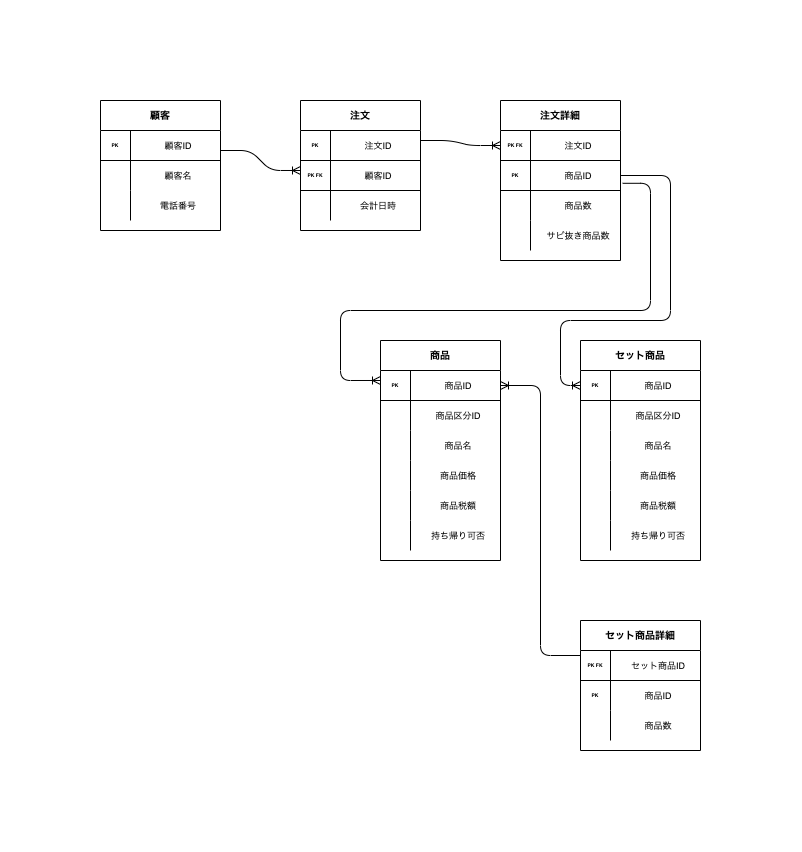
Above: DBモデリング1/課題1.drawio.png in yasakanimaimai/praha_challenge (draw.io), before the change. Source tidied: cells renumbered, new cells last; positions are measured from the earlier drawing's top-left corner, leaving out a move shared by most shapes.
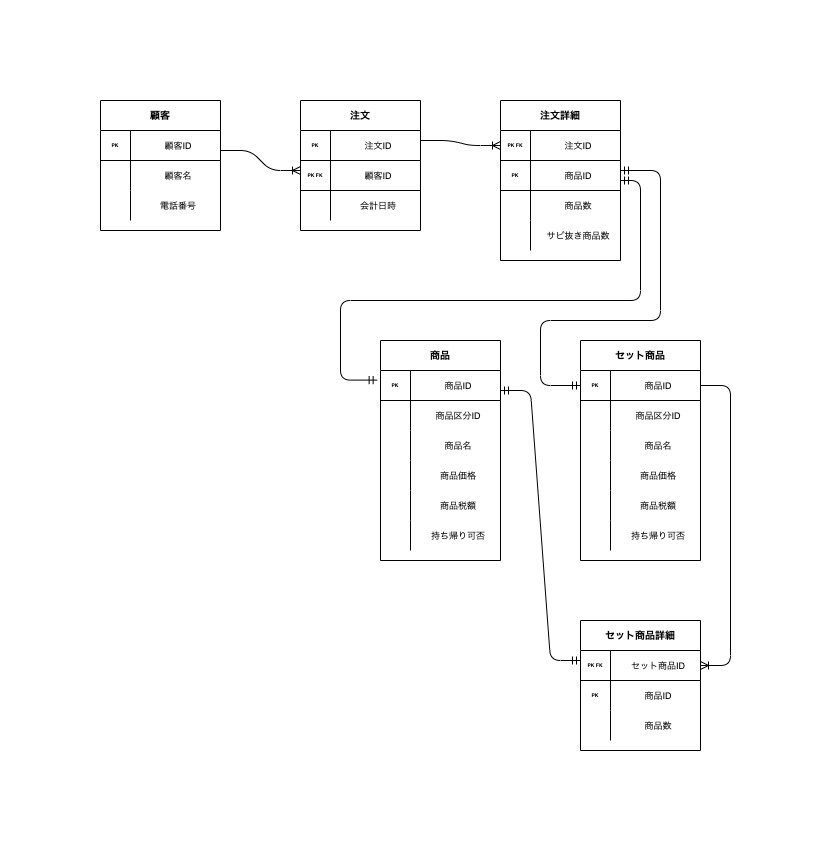
Above is the later version.

The edit, as a diff of the source:
```diff
@@ -228,28 +228,13 @@
         <mxPoint x="320" y="40" as="sourcePoint" />
       </mxGeometry>
     </mxCell>
-    <mxCell id="76" style="fontSize=12;html=1;endArrow=ERoneToMany;rounded=1;shadow=0;sketch=0;fontColor=default;strokeColor=default;edgeStyle=orthogonalEdgeStyle;entryX=0;entryY=0.333;entryDx=0;entryDy=0;entryPerimeter=0;exitX=1.018;exitY=0.76;exitDx=0;exitDy=0;exitPerimeter=0;" parent="1" edge="1" source="26" target="36">
-      <mxGeometry relative="1" as="geometry">
-        <Array as="points">
-          <mxPoint x="550" y="83" />
-          <mxPoint x="550" y="210" />
-          <mxPoint x="240" y="210" />
-          <mxPoint x="240" y="280" />
-        </Array>
-      </mxGeometry>
-    </mxCell>
-    <mxCell id="77" style="edgeStyle=orthogonalEdgeStyle;fontSize=12;html=1;endArrow=ERoneToMany;rounded=1;shadow=0;sketch=0;fontColor=default;strokeColor=default;entryX=0;entryY=0.5;entryDx=0;entryDy=0;exitX=1;exitY=0.5;exitDx=0;exitDy=0;" parent="1" edge="1" source="26" target="55">
-      <mxGeometry relative="1" as="geometry">
-        <Array as="points">
-          <mxPoint x="570" y="75" />
-          <mxPoint x="570" y="220" />
-          <mxPoint x="460" y="220" />
-          <mxPoint x="460" y="285" />
-        </Array>
-      </mxGeometry>
-    </mxCell>
-    <mxCell id="78" style="edgeStyle=orthogonalEdgeStyle;fontSize=12;html=1;endArrow=ERoneToMany;rounded=1;shadow=0;sketch=0;fontColor=default;strokeColor=default;exitX=0;exitY=0.5;exitDx=0;exitDy=0;entryX=1;entryY=0.5;entryDx=0;entryDy=0;" parent="1" edge="1" source="73" target="36">
-      <mxGeometry relative="1" as="geometry" />
+    <mxCell id="78" style="edgeStyle=orthogonalEdgeStyle;fontSize=12;html=1;endArrow=ERoneToMany;rounded=1;shadow=0;sketch=0;fontColor=default;strokeColor=default;exitX=1;exitY=0.5;exitDx=0;exitDy=0;entryX=1;entryY=0.5;entryDx=0;entryDy=0;" parent="1" edge="1" source="55" target="80">
+      <mxGeometry relative="1" as="geometry">
+        <Array as="points">
+          <mxPoint x="630" y="285" />
+          <mxPoint x="630" y="565" />
+        </Array>
+      </mxGeometry>
     </mxCell>
     <mxCell id="79" value="セット商品詳細" style="shape=table;startSize=30;rowLines=0;fontStyle=1;align=center;rounded=0;shadow=0;fontSize=10;strokeWidth=1;fillColor=default;gradientColor=#ffffff;gradientDirection=east;sketch=0;swimlaneLine=1;strokeColor=default;swimlaneFillColor=default;spacingTop=0;" parent="1" vertex="1">
       <mxGeometry x="480" y="520" width="120" height="130" as="geometry" />
@@ -281,5 +266,31 @@
     <mxCell id="88" value="商品数" style="shape=partialRectangle;fillColor=none;top=0;left=0;bottom=0;right=0;align=center;spacingLeft=6;overflow=hidden;rounded=0;shadow=0;fontSize=9;strokeWidth=1;" parent="86" vertex="1">
       <mxGeometry x="30" width="90" height="30" as="geometry" />
     </mxCell>
+    <mxCell id="89" style="edgeStyle=entityRelationEdgeStyle;fontSize=12;html=1;endArrow=ERmandOne;startArrow=ERmandOne;rounded=1;shadow=0;sketch=0;fontColor=#EA6B66;strokeColor=default;entryX=0;entryY=0.333;entryDx=0;entryDy=0;entryPerimeter=0;" parent="1" edge="1" target="80">
+      <mxGeometry relative="1" as="geometry">
+        <mxPoint x="400" y="290" as="sourcePoint" />
+      </mxGeometry>
+    </mxCell>
+    <mxCell id="90" style="edgeStyle=orthogonalEdgeStyle;fontSize=12;html=1;endArrow=ERmandOne;startArrow=ERmandOne;rounded=1;shadow=0;sketch=0;fontColor=#EA6B66;strokeColor=default;exitX=-0.028;exitY=0.32;exitDx=0;exitDy=0;exitPerimeter=0;entryX=1;entryY=0.667;entryDx=0;entryDy=0;entryPerimeter=0;" parent="1" edge="1" source="36" target="26">
+      <mxGeometry relative="1" as="geometry">
+        <Array as="points">
+          <mxPoint x="240" y="280" />
+          <mxPoint x="240" y="200" />
+          <mxPoint x="540" y="200" />
+          <mxPoint x="540" y="80" />
+        </Array>
+      </mxGeometry>
+    </mxCell>
+    <mxCell id="91" style="edgeStyle=orthogonalEdgeStyle;fontSize=12;html=1;endArrow=ERmandOne;startArrow=ERmandOne;rounded=1;shadow=0;sketch=0;fontColor=#EA6B66;strokeColor=default;exitX=0;exitY=0.5;exitDx=0;exitDy=0;entryX=1;entryY=0.667;entryDx=0;entryDy=0;entryPerimeter=0;" parent="1" edge="1" source="55">
+      <mxGeometry relative="1" as="geometry">
+        <mxPoint x="520" y="70" as="targetPoint" />
+        <Array as="points">
+          <mxPoint x="440" y="285" />
+          <mxPoint x="440" y="220" />
+          <mxPoint x="560" y="220" />
+          <mxPoint x="560" y="70" />
+        </Array>
+      </mxGeometry>
+    </mxCell>
   </root>
 </mxGraphModel>
```
